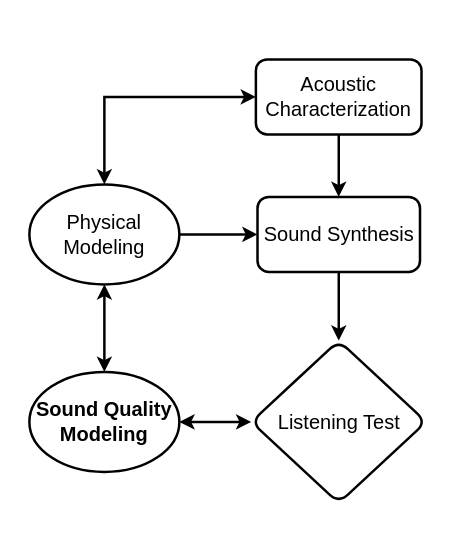
This is Untitled Diagram.drawio from Huaaudio/Draw.io, a draw.io file, before an edit. Source tidied: cells renumbered, new cells numbered last; positions are measured from the earlier drawing's top-left corner, leaving out a move shared by most shapes. Both pictures are drawn from the tidied source at 125%, with x=0, y=0 at pixel (29, 59).
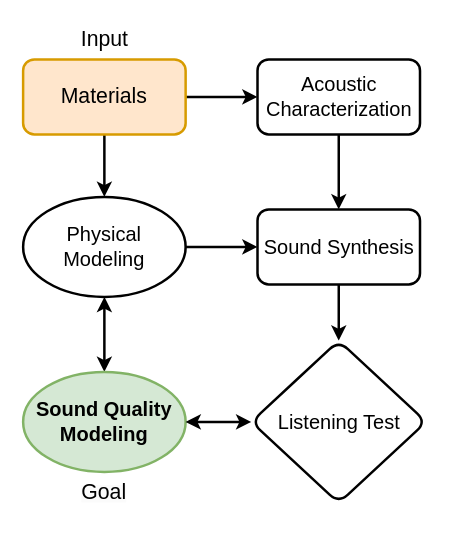
After the change.

Diff of the diagram source:
```diff
@@
 <mxGraphModel>
   <root>
     <mxCell id="0" />
     <mxCell id="1" parent="0" />
     <mxCell id="2" style="edgeStyle=orthogonalEdgeStyle;rounded=0;jettySize=auto;html=1;strokeWidth=2;" parent="1" edge="1" source="3" target="10">
       <mxGeometry relative="1" as="geometry" />
     </mxCell>
     <mxCell id="3" value="Sound Synthesis" style="rounded=1;whiteSpace=wrap;html=1;strokeWidth=2;fontSize=16;" parent="1" vertex="1">
-      <mxGeometry x="182.5" y="110" width="130" height="60" as="geometry" />
+      <mxGeometry x="182.5" y="120" width="130" height="60" as="geometry" />
     </mxCell>
     <mxCell id="4" style="edgeStyle=orthogonalEdgeStyle;rounded=0;jettySize=auto;html=1;strokeWidth=2;startArrow=classic;startFill=1;" parent="1" edge="1" source="5" target="8">
       <mxGeometry relative="1" as="geometry">
         <Array as="points">
           <mxPoint x="60" y="250" />
           <mxPoint x="60" y="250" />
         </Array>
       </mxGeometry>
     </mxCell>
-    <mxCell id="5" value="Sound Quality Modeling" style="ellipse;whiteSpace=wrap;html=1;strokeWidth=2;fontSize=16;fontStyle=1;" parent="1" vertex="1">
-      <mxGeometry y="250" width="120" height="80" as="geometry" />
+    <mxCell id="5" value="Sound Quality Modeling" style="ellipse;whiteSpace=wrap;html=1;strokeWidth=2;fontSize=16;fontStyle=1;fillColor=#d5e8d4;strokeColor=#82b366;" parent="1" vertex="1">
+      <mxGeometry x="-5" y="250" width="130" height="80" as="geometry" />
     </mxCell>
-    <mxCell id="6" style="edgeStyle=orthogonalEdgeStyle;rounded=0;jettySize=auto;html=1;strokeWidth=2;startArrow=classic;startFill=1;entryX=0;entryY=0.5;entryDx=0;entryDy=0;" parent="1" edge="1" source="8" target="12">
-      <mxGeometry relative="1" as="geometry">
-        <Array as="points">
-          <mxPoint x="60" y="30" />
-        </Array>
-      </mxGeometry>
-    </mxCell>
     <mxCell id="7" style="edgeStyle=orthogonalEdgeStyle;rounded=0;jettySize=auto;html=1;strokeWidth=2;" parent="1" edge="1" source="8" target="3">
       <mxGeometry relative="1" as="geometry" />
     </mxCell>
     <mxCell id="8" value="Physical Modeling" style="ellipse;whiteSpace=wrap;html=1;strokeWidth=2;fontSize=16;fontStyle=0;" parent="1" vertex="1">
-      <mxGeometry y="100" width="120" height="80" as="geometry" />
+      <mxGeometry x="-5" y="110" width="130" height="80" as="geometry" />
     </mxCell>
     <mxCell id="9" style="edgeStyle=orthogonalEdgeStyle;rounded=0;jettySize=auto;html=1;strokeWidth=2;endArrow=classic;endFill=1;startArrow=classic;startFill=1;" parent="1" edge="1" source="10" target="5">
       <mxGeometry relative="1" as="geometry" />
     </mxCell>
     <mxCell id="10" value="Listening Test" style="rhombus;whiteSpace=wrap;html=1;rounded=1;strokeWidth=2;fontSize=16;" parent="1" vertex="1">
       <mxGeometry x="177.5" y="225" width="140" height="130" as="geometry" />
     </mxCell>
     <mxCell id="11" style="edgeStyle=orthogonalEdgeStyle;rounded=0;jettySize=auto;html=1;strokeWidth=2;" parent="1" edge="1" source="12" target="3">
       <mxGeometry relative="1" as="geometry" />
     </mxCell>
     <mxCell id="12" value="Acoustic Characterization" style="rounded=1;whiteSpace=wrap;html=1;strokeWidth=2;fontSize=16;" parent="1" vertex="1">
-      <mxGeometry x="181.2" width="132.5" height="60" as="geometry" />
+      <mxGeometry x="182.5" width="130" height="60" as="geometry" />
     </mxCell>
+    <mxCell id="13" style="edgeStyle=orthogonalEdgeStyle;rounded=0;jettySize=auto;html=1;strokeWidth=2;startArrow=none;startFill=0;" parent="1" edge="1" source="15" target="12">
+      <mxGeometry relative="1" as="geometry" />
+    </mxCell>
+    <mxCell id="14" style="edgeStyle=orthogonalEdgeStyle;rounded=0;jettySize=auto;html=1;strokeWidth=2;startArrow=none;startFill=0;" parent="1" edge="1" source="15" target="8">
+      <mxGeometry relative="1" as="geometry" />
+    </mxCell>
+    <mxCell id="15" value="&lt;font style=&quot;font-size: 17px;&quot;&gt;Materials&lt;/font&gt;" style="rounded=1;whiteSpace=wrap;html=1;strokeWidth=2;fillColor=#ffe6cc;strokeColor=#d79b00;" parent="1" vertex="1">
+      <mxGeometry x="-5" width="130" height="60" as="geometry" />
+    </mxCell>
+    <mxCell id="16" value="&lt;font style=&quot;font-size: 17px;&quot;&gt;Input&lt;/font&gt;" style="text;html=1;align=center;verticalAlign=middle;strokeColor=none;fillColor=none;" parent="1" vertex="1">
+      <mxGeometry x="30" y="-30" width="60" height="30" as="geometry" />
+    </mxCell>
+    <mxCell id="17" value="&lt;span style=&quot;color: rgb(0, 0, 0); font-family: Helvetica; font-style: normal; font-variant-ligatures: normal; font-variant-caps: normal; font-weight: 400; letter-spacing: normal; orphans: 2; text-align: center; text-indent: 0px; text-transform: none; widows: 2; word-spacing: 0px; -webkit-text-stroke-width: 0px; white-space: nowrap; background-color: rgb(251, 251, 251); text-decoration-thickness: initial; text-decoration-style: initial; text-decoration-color: initial; float: none; display: inline !important;&quot;&gt;&lt;font style=&quot;font-size: 17px;&quot;&gt;Goal&lt;/font&gt;&lt;/span&gt;" style="text;whiteSpace=wrap;html=1;" parent="1" vertex="1">
+      <mxGeometry x="40" y="330" width="70" height="40" as="geometry" />
+    </mxCell>
   </root>
 </mxGraphModel>
```
